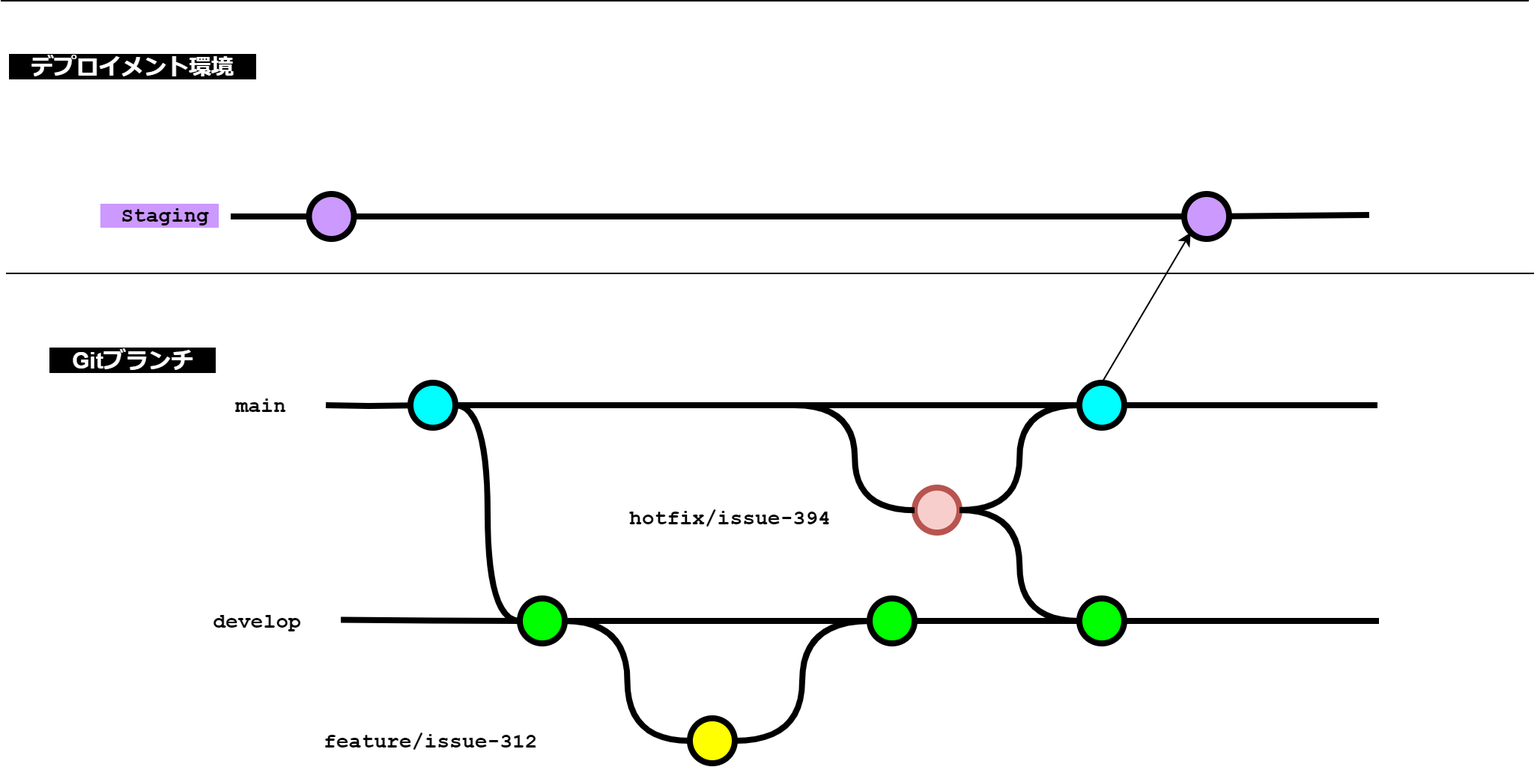
future-architect/coding-standards keeps this draw.io diagram as documents/forGitBranch/img/release_overtaking_hotfix.drawio.png. Above is the earlier version. Source tidied: cells renumbered, new cells last; positions are measured from the earlier drawing's top-left corner, leaving out a move shared by most shapes. Source of this version:
```xml
<mxGraphModel>
  <root>
    <mxCell id="0" />
    <mxCell id="1" parent="0" />
    <mxCell id="2" style="edgeStyle=orthogonalEdgeStyle;curved=1;rounded=0;html=1;exitX=1;exitY=0.5;exitPerimeter=0;entryX=0;entryY=0.5;entryPerimeter=0;endArrow=none;endFill=0;jettySize=auto;strokeWidth=4;fontSize=15;" parent="1" edge="1" source="3" target="8">
      <mxGeometry relative="1" as="geometry" />
    </mxCell>
    <mxCell id="3" style="verticalLabelPosition=bottom;verticalAlign=top;html=1;strokeWidth=4;shape=mxgraph.flowchart.on-page_reference;plain-blue;gradientColor=none;fillColor=#00FFFF;strokeColor=#000000;" parent="1" vertex="1">
      <mxGeometry x="273.5" y="255" width="30" height="30" as="geometry" />
    </mxCell>
    <mxCell id="4" style="edgeStyle=orthogonalEdgeStyle;curved=1;rounded=0;jettySize=auto;html=1;endArrow=none;endFill=0;strokeWidth=4;fontFamily=Courier New;fontSize=16;entryX=1;entryY=0.5;entryDx=0;entryDy=0;entryPerimeter=0;" parent="1" edge="1" source="5" target="3">
      <mxGeometry relative="1" as="geometry" />
    </mxCell>
    <mxCell id="5" style="verticalLabelPosition=bottom;verticalAlign=top;html=1;strokeWidth=4;shape=mxgraph.flowchart.on-page_reference;plain-blue;gradientColor=none;strokeColor=#000000;fillColor=#00FFFF;" parent="1" vertex="1">
      <mxGeometry x="720" y="255" width="30" height="30" as="geometry" />
    </mxCell>
    <mxCell id="6" style="edgeStyle=orthogonalEdgeStyle;rounded=0;html=1;jettySize=auto;strokeWidth=4;endArrow=none;endFill=0;" parent="1" edge="1" target="3">
      <mxGeometry x="53.5" y="220" as="geometry">
        <mxPoint x="217" y="270" as="sourcePoint" />
      </mxGeometry>
    </mxCell>
    <mxCell id="7" value="main" style="text;html=1;strokeColor=none;fillColor=none;align=center;verticalAlign=middle;whiteSpace=wrap;overflow=hidden;fontSize=14;fontStyle=1;fontFamily=Courier New;" parent="1" vertex="1">
      <mxGeometry x="149" y="260" width="50" height="20" as="geometry" />
    </mxCell>
    <mxCell id="8" style="verticalLabelPosition=bottom;verticalAlign=top;html=1;strokeWidth=4;shape=mxgraph.flowchart.on-page_reference;plain-purple;gradientColor=none;strokeColor=#000000;fillColor=#00FF00;" parent="1" vertex="1">
      <mxGeometry x="346.5" y="399" width="30" height="30" as="geometry" />
    </mxCell>
    <mxCell id="9" value="develop" style="text;html=1;strokeColor=none;fillColor=none;align=center;verticalAlign=middle;whiteSpace=wrap;overflow=hidden;fontSize=14;fontStyle=1;fontFamily=Courier New;" parent="1" vertex="1">
      <mxGeometry x="90" y="404" width="162.5" height="20" as="geometry" />
    </mxCell>
    <mxCell id="10" value="feature/issue-312" style="text;html=1;strokeColor=none;fillColor=none;align=left;verticalAlign=middle;whiteSpace=wrap;overflow=hidden;fontSize=14;fontStyle=1;fontFamily=Courier New;" parent="1" vertex="1">
      <mxGeometry x="214" y="484" width="162.5" height="20" as="geometry" />
    </mxCell>
    <mxCell id="11" style="edgeStyle=orthogonalEdgeStyle;curved=1;rounded=0;html=1;exitX=1;exitY=0.5;exitPerimeter=0;entryX=0;entryY=0.5;entryPerimeter=0;endArrow=none;endFill=0;jettySize=auto;strokeWidth=4;fontSize=15;exitDx=0;exitDy=0;entryDx=0;entryDy=0;" parent="1" edge="1" source="8" target="13">
      <mxGeometry relative="1" as="geometry" />
    </mxCell>
    <mxCell id="12" style="verticalLabelPosition=bottom;verticalAlign=top;html=1;strokeWidth=4;shape=mxgraph.flowchart.on-page_reference;plain-purple;gradientColor=none;strokeColor=#000000;fillColor=#00FF00;" parent="1" vertex="1">
      <mxGeometry x="580" y="399" width="30" height="30" as="geometry" />
    </mxCell>
    <mxCell id="13" style="verticalLabelPosition=bottom;verticalAlign=top;html=1;strokeWidth=4;shape=mxgraph.flowchart.on-page_reference;plain-purple;gradientColor=none;strokeColor=#000000;fillColor=#FFFF00;" parent="1" vertex="1">
      <mxGeometry x="460" y="479" width="30" height="30" as="geometry" />
    </mxCell>
    <mxCell id="14" style="edgeStyle=orthogonalEdgeStyle;curved=1;rounded=0;jettySize=auto;html=1;endArrow=none;endFill=0;strokeWidth=4;fontFamily=Courier New;fontSize=16;exitX=1;exitY=0.5;exitDx=0;exitDy=0;exitPerimeter=0;" parent="1" edge="1" source="5">
      <mxGeometry relative="1" as="geometry">
        <mxPoint x="919" y="270" as="targetPoint" />
      </mxGeometry>
    </mxCell>
    <mxCell id="15" style="edgeStyle=orthogonalEdgeStyle;curved=1;rounded=0;jettySize=auto;html=1;endArrow=none;endFill=0;strokeWidth=4;fontFamily=Courier New;fontSize=16;exitX=1;exitY=0.5;exitDx=0;exitDy=0;exitPerimeter=0;entryX=0;entryY=0.5;entryDx=0;entryDy=0;entryPerimeter=0;" parent="1" edge="1" source="8" target="12">
      <mxGeometry relative="1" as="geometry" />
    </mxCell>
    <mxCell id="16" style="edgeStyle=orthogonalEdgeStyle;curved=1;rounded=0;jettySize=auto;html=1;endArrow=none;endFill=0;strokeWidth=4;fontFamily=Courier New;fontSize=16;exitX=1;exitY=0.5;exitDx=0;exitDy=0;exitPerimeter=0;entryX=0;entryY=0.5;entryDx=0;entryDy=0;entryPerimeter=0;" parent="1" edge="1" source="13" target="12">
      <mxGeometry relative="1" as="geometry" />
    </mxCell>
    <mxCell id="17" style="verticalLabelPosition=bottom;verticalAlign=top;html=1;strokeWidth=4;shape=mxgraph.flowchart.on-page_reference;strokeColor=#b85450;fillColor=#f8cecc;" parent="1" vertex="1">
      <mxGeometry x="610" y="325" width="30" height="30" as="geometry" />
    </mxCell>
    <mxCell id="18" value="hotfix/issue-394" style="text;html=1;strokeColor=none;fillColor=none;align=left;verticalAlign=middle;whiteSpace=wrap;overflow=hidden;fontSize=14;fontStyle=1;fontFamily=Courier New;" parent="1" vertex="1">
      <mxGeometry x="417.5" y="335" width="162.5" height="20" as="geometry" />
    </mxCell>
    <mxCell id="19" style="edgeStyle=orthogonalEdgeStyle;curved=1;rounded=0;jettySize=auto;html=1;endArrow=none;endFill=0;strokeWidth=4;fontFamily=Courier New;fontSize=16;exitX=1;exitY=0.5;exitDx=0;exitDy=0;exitPerimeter=0;" parent="1" edge="1" source="12">
      <mxGeometry relative="1" as="geometry">
        <mxPoint x="660" y="414" as="targetPoint" />
      </mxGeometry>
    </mxCell>
    <mxCell id="20" style="endArrow=none;html=1;rounded=0;" parent="1" edge="1">
      <mxGeometry relative="1" as="geometry">
        <mxPoint x="3.5" y="182" as="sourcePoint" />
        <mxPoint x="1023.5" y="182" as="targetPoint" />
      </mxGeometry>
    </mxCell>
    <mxCell id="21" value="&lt;div&gt;&lt;span style=&quot;background-color: rgb(204, 153, 255);&quot;&gt;　Staging　&lt;/span&gt;&lt;/div&gt;" style="text;html=1;strokeColor=none;fillColor=none;align=center;verticalAlign=middle;whiteSpace=wrap;overflow=hidden;fontSize=14;fontStyle=1;fontFamily=Courier New;" parent="1" vertex="1">
      <mxGeometry x="46.8" y="123" width="111.8" height="42" as="geometry" />
    </mxCell>
    <mxCell id="22" value="&lt;font color=&quot;#ffffff&quot;&gt;&lt;span style=&quot;font-size: 15px; background-color: rgb(0, 0, 0);&quot;&gt;&lt;b&gt;　デプロイメント環境　&lt;/b&gt;&lt;/span&gt;&lt;/font&gt;" style="text;strokeColor=none;align=center;fillColor=none;html=1;verticalAlign=middle;whiteSpace=wrap;rounded=0;" parent="1" vertex="1">
      <mxGeometry y="29" width="161.8" height="30" as="geometry" />
    </mxCell>
    <mxCell id="23" style="endArrow=none;html=1;rounded=0;strokeWidth=4;" parent="1" edge="1" source="28">
      <mxGeometry relative="1" as="geometry">
        <mxPoint x="913.5" y="143" as="targetPoint" />
      </mxGeometry>
    </mxCell>
    <mxCell id="24" style="endArrow=none;html=1;rounded=0;" parent="1" edge="1">
      <mxGeometry relative="1" as="geometry">
        <mxPoint as="sourcePoint" />
        <mxPoint x="1020" as="targetPoint" />
      </mxGeometry>
    </mxCell>
    <mxCell id="25" style="endArrow=none;html=1;rounded=0;strokeWidth=4;" parent="1" edge="1" target="26">
      <mxGeometry relative="1" as="geometry">
        <mxPoint x="153.5" y="144" as="sourcePoint" />
      </mxGeometry>
    </mxCell>
    <mxCell id="26" style="verticalLabelPosition=bottom;verticalAlign=top;html=1;strokeWidth=4;shape=mxgraph.flowchart.on-page_reference;plain-blue;gradientColor=none;fillColor=#CC99FF;strokeColor=#000000;" parent="1" vertex="1">
      <mxGeometry x="205.8" y="129" width="30" height="30" as="geometry" />
    </mxCell>
    <mxCell id="27" style="endArrow=none;html=1;rounded=0;strokeWidth=4;entryX=0;entryY=0.5;entryDx=0;entryDy=0;entryPerimeter=0;" parent="1" edge="1" source="26" target="28">
      <mxGeometry relative="1" as="geometry" />
    </mxCell>
    <mxCell id="28" style="verticalLabelPosition=bottom;verticalAlign=top;html=1;strokeWidth=4;shape=mxgraph.flowchart.on-page_reference;plain-blue;gradientColor=none;fillColor=#CC99FF;strokeColor=#000000;" parent="1" vertex="1">
      <mxGeometry x="790" y="129" width="30" height="30" as="geometry" />
    </mxCell>
    <mxCell id="29" value="&lt;b&gt;&lt;font color=&quot;#ffffff&quot; style=&quot;font-size: 15px; background-color: rgb(0, 0, 0);&quot;&gt;　Gitブランチ　&lt;/font&gt;&lt;/b&gt;" style="text;strokeColor=none;align=center;fillColor=none;html=1;verticalAlign=middle;whiteSpace=wrap;rounded=0;" parent="1" vertex="1">
      <mxGeometry x="15.9" y="225" width="130" height="30" as="geometry" />
    </mxCell>
    <mxCell id="30" style="endArrow=classic;html=1;rounded=0;exitX=0.5;exitY=0;exitDx=0;exitDy=0;exitPerimeter=0;entryX=0.145;entryY=0.855;entryDx=0;entryDy=0;entryPerimeter=0;" parent="1" edge="1" source="5" target="28">
      <mxGeometry relative="1" as="geometry" />
    </mxCell>
    <mxCell id="31" style="edgeStyle=orthogonalEdgeStyle;rounded=0;html=1;jettySize=auto;strokeWidth=4;endArrow=none;endFill=0;entryX=0;entryY=0.5;entryDx=0;entryDy=0;entryPerimeter=0;" parent="1" edge="1" target="8">
      <mxGeometry x="53.5" y="220" as="geometry">
        <mxPoint x="227" y="413.2" as="sourcePoint" />
      </mxGeometry>
    </mxCell>
    <mxCell id="32" style="edgeStyle=orthogonalEdgeStyle;curved=1;rounded=0;html=1;endArrow=none;endFill=0;jettySize=auto;strokeWidth=4;fontSize=15;" parent="1" edge="1" target="17">
      <mxGeometry relative="1" as="geometry">
        <mxPoint x="530" y="270" as="sourcePoint" />
        <Array as="points">
          <mxPoint x="570" y="270" />
          <mxPoint x="570" y="340" />
        </Array>
      </mxGeometry>
    </mxCell>
    <mxCell id="33" style="edgeStyle=orthogonalEdgeStyle;curved=1;rounded=0;jettySize=auto;html=1;endArrow=none;endFill=0;strokeWidth=4;fontFamily=Courier New;fontSize=16;exitX=1;exitY=0.5;exitDx=0;exitDy=0;exitPerimeter=0;" parent="1" edge="1" source="36">
      <mxGeometry relative="1" as="geometry">
        <mxPoint x="920" y="414" as="targetPoint" />
      </mxGeometry>
    </mxCell>
    <mxCell id="34" style="edgeStyle=orthogonalEdgeStyle;curved=1;rounded=0;jettySize=auto;html=1;endArrow=none;endFill=0;strokeWidth=4;fontFamily=Courier New;fontSize=16;exitX=1;exitY=0.5;exitDx=0;exitDy=0;exitPerimeter=0;entryX=0;entryY=0.5;entryDx=0;entryDy=0;entryPerimeter=0;" parent="1" edge="1" source="17" target="5">
      <mxGeometry relative="1" as="geometry" />
    </mxCell>
    <mxCell id="35" style="edgeStyle=orthogonalEdgeStyle;curved=1;rounded=0;jettySize=auto;html=1;endArrow=none;endFill=0;strokeWidth=4;fontFamily=Courier New;fontSize=16;exitX=1;exitY=0.5;exitDx=0;exitDy=0;exitPerimeter=0;" parent="1" edge="1" source="12" target="36">
      <mxGeometry relative="1" as="geometry" />
    </mxCell>
    <mxCell id="36" style="verticalLabelPosition=bottom;verticalAlign=top;html=1;strokeWidth=4;shape=mxgraph.flowchart.on-page_reference;plain-purple;gradientColor=none;strokeColor=#000000;fillColor=#00FF00;" parent="1" vertex="1">
      <mxGeometry x="720" y="399" width="30" height="30" as="geometry" />
    </mxCell>
    <mxCell id="37" style="edgeStyle=orthogonalEdgeStyle;curved=1;rounded=0;jettySize=auto;html=1;endArrow=none;endFill=0;strokeWidth=4;fontFamily=Courier New;fontSize=16;exitX=1;exitY=0.5;exitDx=0;exitDy=0;exitPerimeter=0;entryX=0;entryY=0.5;entryDx=0;entryDy=0;entryPerimeter=0;" parent="1" edge="1" source="17" target="36">
      <mxGeometry relative="1" as="geometry" />
    </mxCell>
  </root>
</mxGraphModel>
```
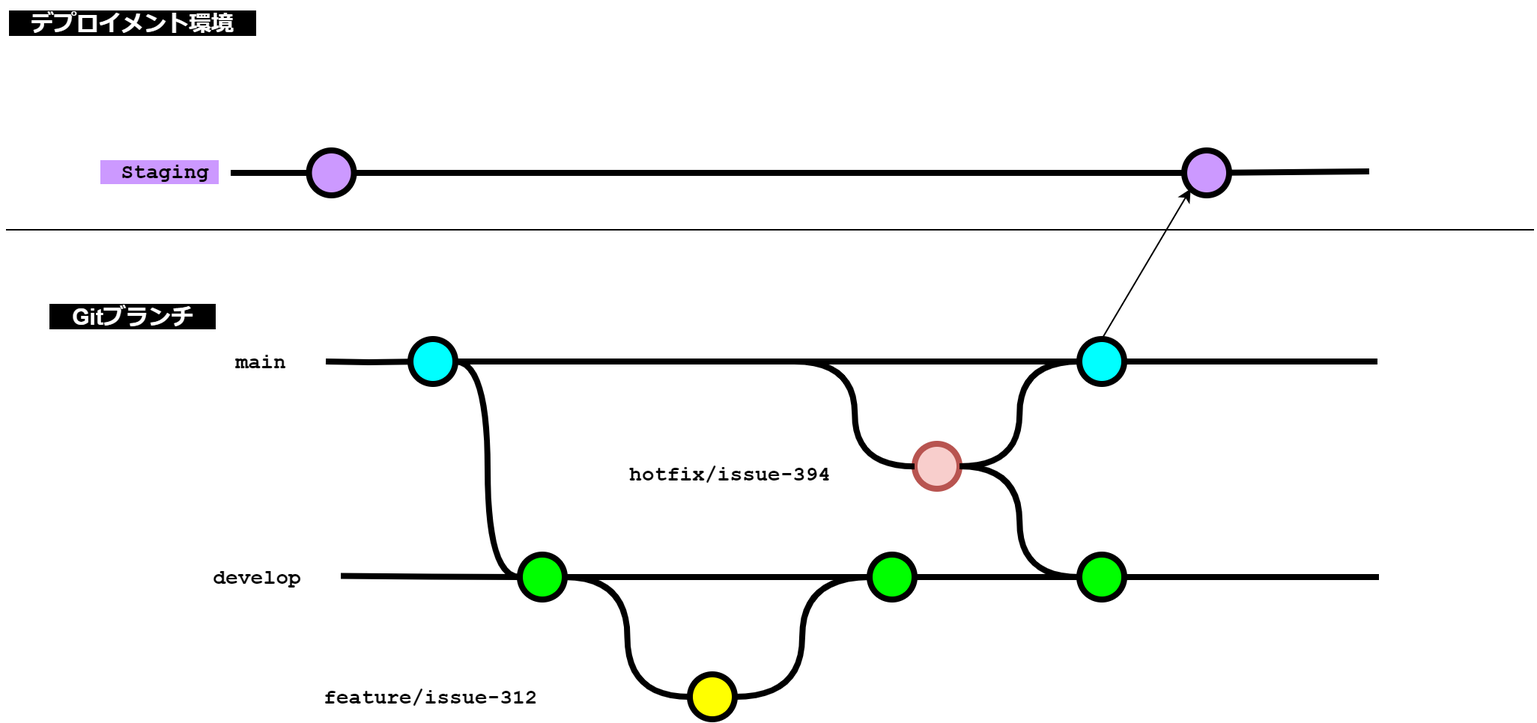
Above is the later version.

The edit, as a diff of the source:
```diff
@@ -79,12 +79,6 @@
         <mxPoint x="913.5" y="143" as="targetPoint" />
       </mxGeometry>
     </mxCell>
-    <mxCell id="24" style="endArrow=none;html=1;rounded=0;" parent="1" edge="1">
-      <mxGeometry relative="1" as="geometry">
-        <mxPoint as="sourcePoint" />
-        <mxPoint x="1020" as="targetPoint" />
-      </mxGeometry>
-    </mxCell>
     <mxCell id="25" style="endArrow=none;html=1;rounded=0;strokeWidth=4;" parent="1" edge="1" target="26">
       <mxGeometry relative="1" as="geometry">
         <mxPoint x="153.5" y="144" as="sourcePoint" />
```
